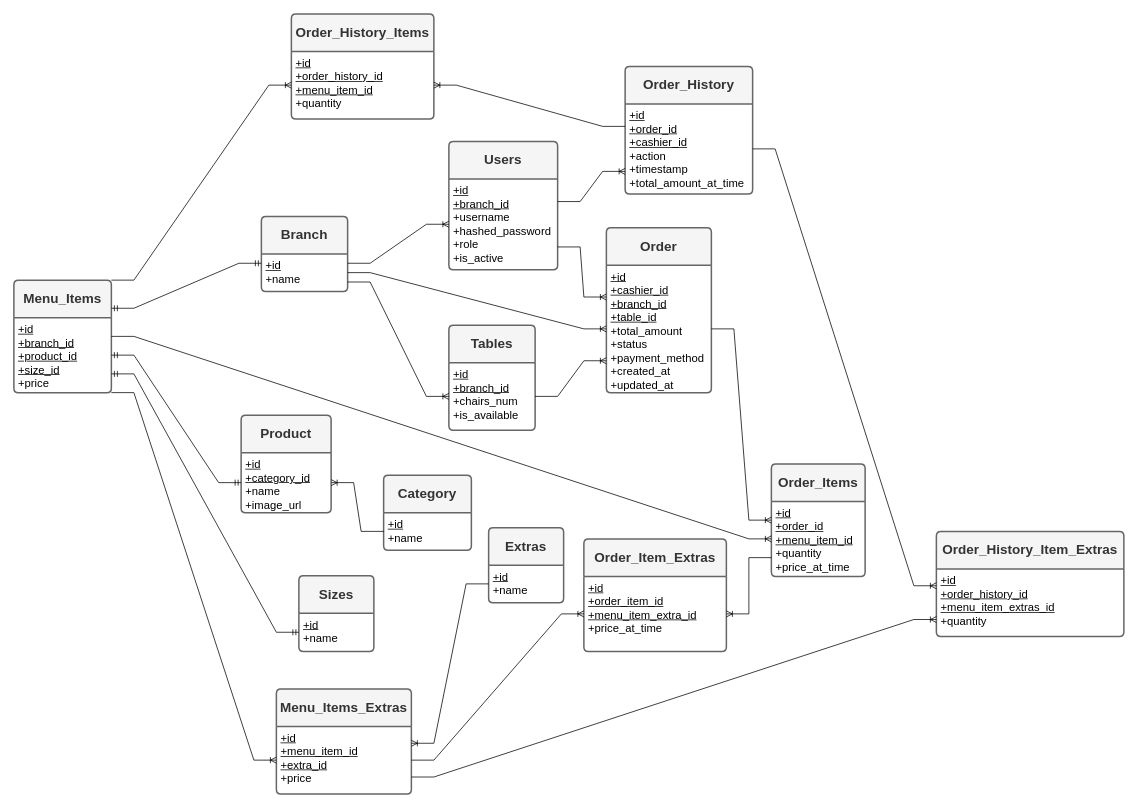
RamyJamea/gwsh keeps this draw.io diagram as server/docs/Untitled Diagram.drawio. Above is the earlier version. Source tidied: cells renumbered, new cells numbered last; positions are measured from the earlier drawing's top-left corner, leaving out a move shared by most shapes. Both pictures are drawn from the tidied source at 75%, with x=0, y=0 at pixel (14, 14).
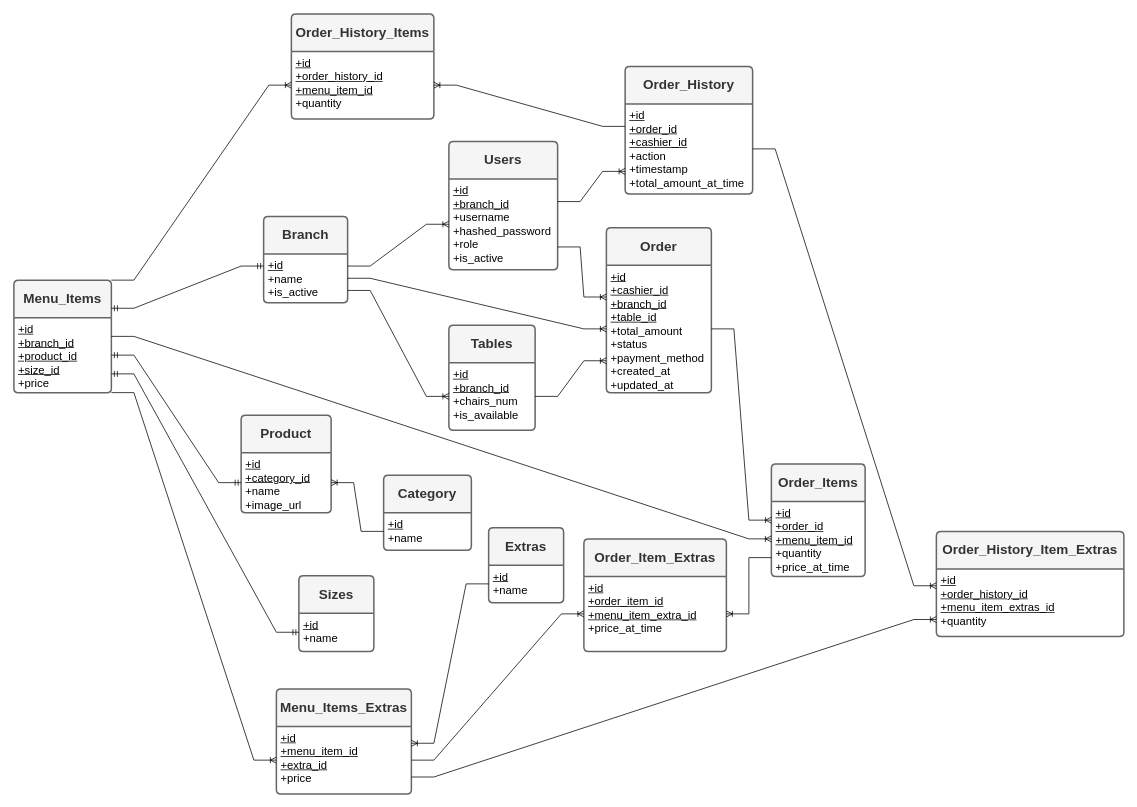
Above is the later version.

Commit message (it also covers changes not shown here):
fix (orm): add is active and remove orphan deletion from branches so that breserve orders when branch is not needed

Change to the diagram source:
```diff
@@
     <mxCell id="10" value="&lt;b&gt;&lt;font style=&quot;font-size: 18px;&quot;&gt;Branch&lt;/font&gt;&lt;/b&gt;" style="swimlane;horizontal=1;startSize=50;rounded=1;fontSize=14;fontStyle=0;strokeWidth=2;shadow=0;dashed=0;align=center;arcSize=4;whiteSpace=wrap;html=1;fillColor=#f5f5f5;fontColor=#333333;strokeColor=#666666;" parent="1" vertex="1">
-      <mxGeometry x="330" y="270" width="115" height="100" as="geometry" />
+      <mxGeometry x="333" y="270" width="112" height="115" as="geometry" />
     </mxCell>
-    <mxCell id="11" value="&lt;font style=&quot;font-size: 15px;&quot;&gt;&lt;u&gt;+id&lt;/u&gt;&lt;br&gt;+name&lt;br&gt;&lt;br&gt;&lt;/font&gt;" style="align=left;strokeColor=none;fillColor=none;spacingLeft=4;spacingRight=4;fontSize=12;verticalAlign=top;html=1;whiteSpace=wrap;" parent="10" vertex="1">
-      <mxGeometry y="50" width="115" height="50" as="geometry" />
+    <mxCell id="11" value="&lt;font style=&quot;font-size: 15px;&quot;&gt;&lt;u&gt;+id&lt;/u&gt;&lt;br&gt;+name&lt;/font&gt;&lt;div&gt;&lt;font style=&quot;font-size: 15px;&quot;&gt;+is_active&lt;br&gt;&lt;/font&gt;&lt;/div&gt;" style="align=left;strokeColor=none;fillColor=none;spacingLeft=4;spacingRight=4;fontSize=12;verticalAlign=top;html=1;whiteSpace=wrap;" parent="10" vertex="1">
+      <mxGeometry y="50" width="112" height="65" as="geometry" />
     </mxCell>
```
